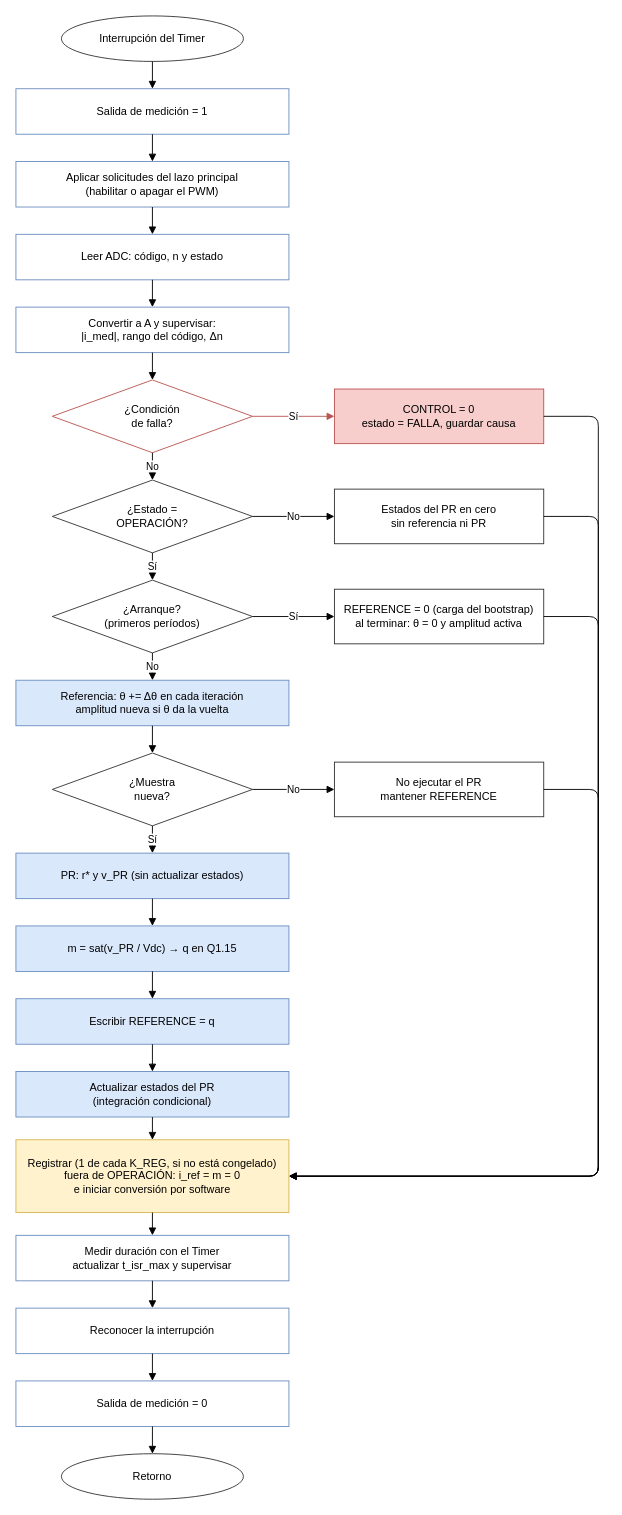
Above: Proyecto4_Inversor_Monofasico/docs/diseno/img/nivel_4_software_isr.drawio in aguilar697/Taller-Diseno-de-Sistemas-Digitales (draw.io), before the change. Source tidied: cells renumbered, new cells numbered last; positions are measured from the earlier drawing's top-left corner, leaving out a move shared by most shapes. Both pictures are drawn from the tidied source at 91%, with x=0, y=0 at pixel (15, 15).
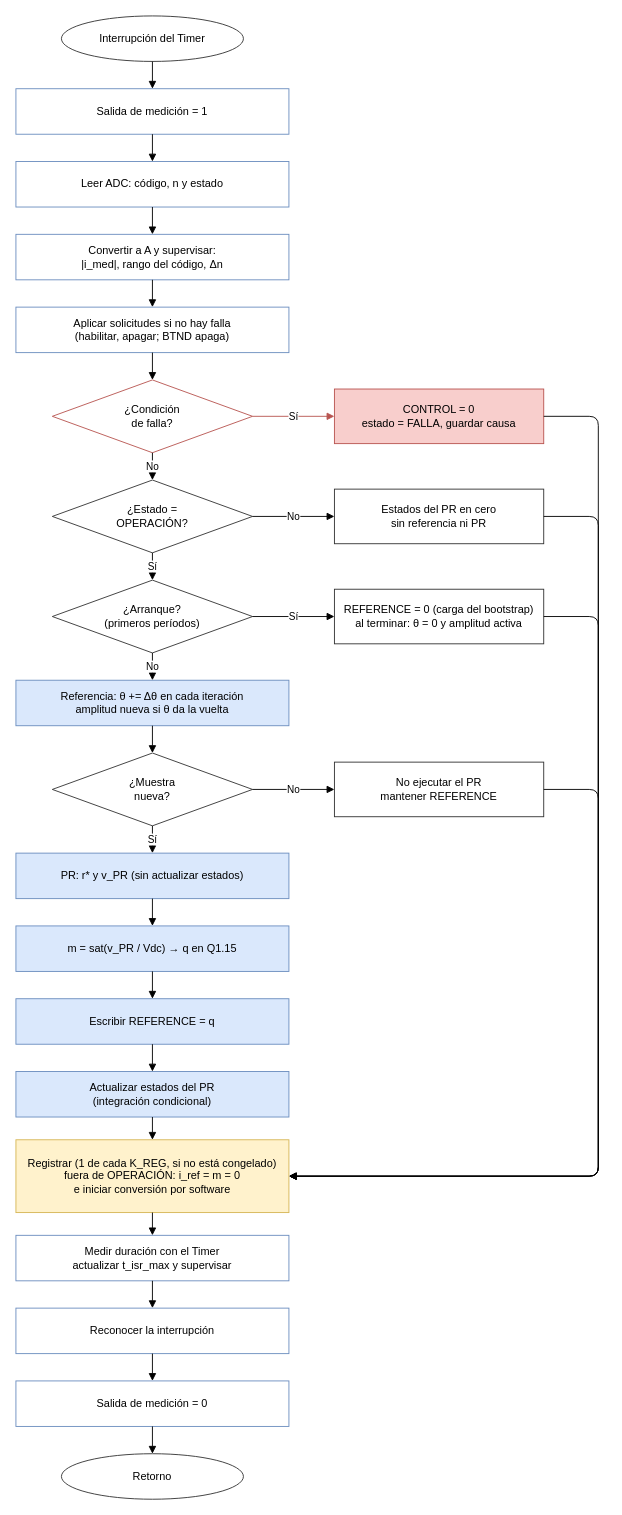
The same page after the edit.

The edit, as a diff of the source:
```diff
@@
-    <mxCell id="4" value="Aplicar solicitudes del lazo principal&lt;br&gt;(habilitar o apagar el PWM)" style="rounded=0;whiteSpace=wrap;html=1;fillColor=#ffffff;strokeColor=#6c8ebf;fontSize=12;" parent="1" vertex="1">
+    <mxCell id="4" value="Leer ADC: código, n y estado" style="rounded=0;whiteSpace=wrap;html=1;fillColor=#ffffff;strokeColor=#6c8ebf;fontSize=12;" parent="1" vertex="1">
       <mxGeometry y="160" width="300" height="50" as="geometry" />
     </mxCell>
-    <mxCell id="5" value="Leer ADC: código, n y estado" style="rounded=0;whiteSpace=wrap;html=1;fillColor=#ffffff;strokeColor=#6c8ebf;fontSize=12;" parent="1" vertex="1">
+    <mxCell id="5" value="Convertir a A y supervisar:&lt;br&gt;|i_med|, rango del código, Δn" style="rounded=0;whiteSpace=wrap;html=1;fillColor=#ffffff;strokeColor=#6c8ebf;fontSize=12;" parent="1" vertex="1">
       <mxGeometry y="240" width="300" height="50" as="geometry" />
     </mxCell>
-    <mxCell id="6" value="Convertir a A y supervisar:&lt;br&gt;|i_med|, rango del código, Δn" style="rounded=0;whiteSpace=wrap;html=1;fillColor=#ffffff;strokeColor=#6c8ebf;fontSize=12;" parent="1" vertex="1">
+    <mxCell id="6" value="Aplicar solicitudes si no hay falla&lt;br&gt;(habilitar, apagar; BTND apaga)" style="rounded=0;whiteSpace=wrap;html=1;fillColor=#ffffff;strokeColor=#6c8ebf;fontSize=12;" parent="1" vertex="1">
       <mxGeometry y="320" width="300" height="50" as="geometry" />
     </mxCell>
```
